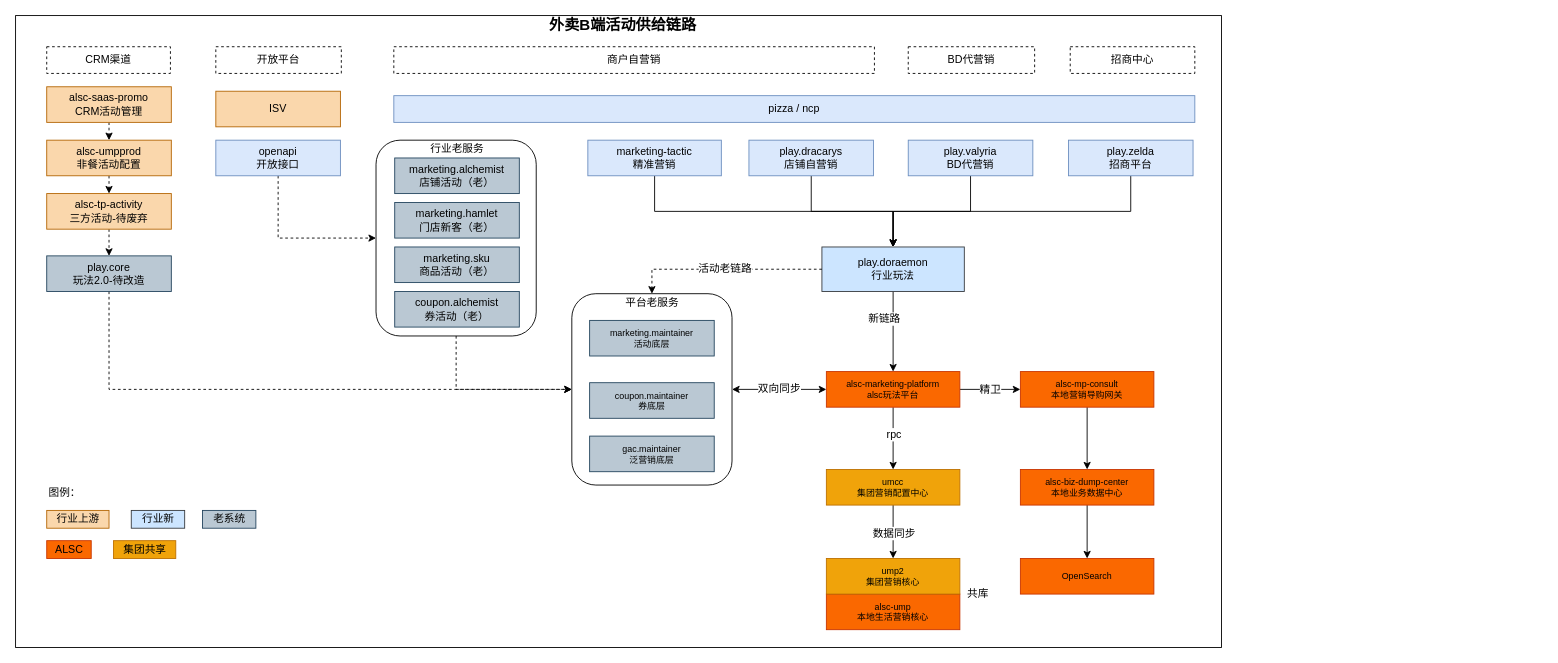
Before: page "B端活动供给链路" (1 of 7) of 营销业务梳理.drawio in jon-kong/draw.io, a draw.io diagram. Source tidied: cells renumbered, new cells numbered last; positions are measured from the earlier drawing's top-left corner, leaving out a move shared by most shapes. Both pictures are drawn from the tidied source at 89%, with x=0, y=0 at pixel (15, 15).
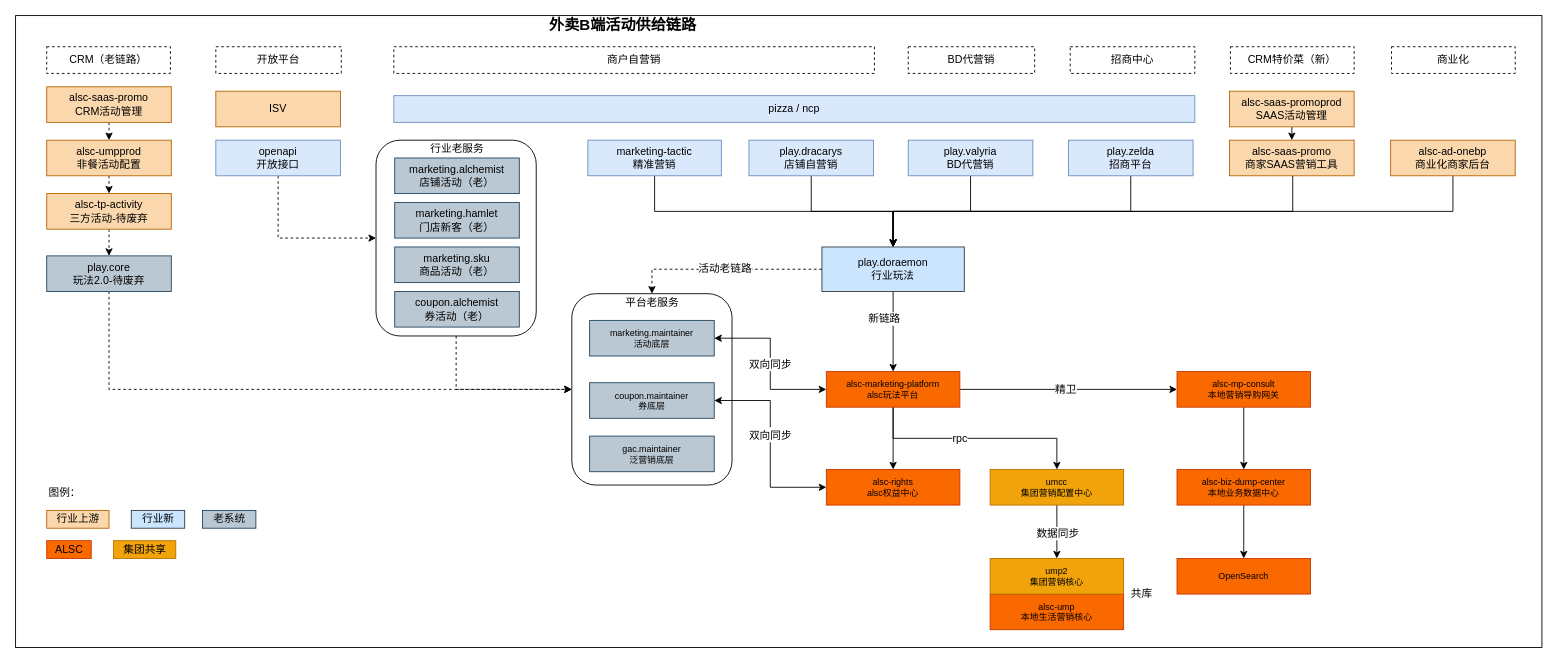
The same page after the edit.

Commit message:
Update 营销业务梳理.drawio

Unchanged cells that the change refers to:
```xml
<mxCell id="5" style="rounded=1;whiteSpace=wrap;html=1;labelBackgroundColor=none;fontSize=12;fillColor=none;" parent="1" vertex="1">
  <mxGeometry x="625" y="312.5" width="180" height="215" as="geometry" />
</mxCell>
<mxCell id="10" value="play.doraemon&lt;br&gt;行业玩法" style="rounded=0;whiteSpace=wrap;html=1;fillColor=#cce5ff;strokeColor=#36393d;" parent="1" vertex="1">
  <mxGeometry x="906" y="260" width="160" height="50" as="geometry" />
</mxCell>
<mxCell id="11" value="marketing.maintainer&lt;br&gt;活动底层" style="rounded=0;fontSize=10;labelBackgroundColor=none;html=1;whiteSpace=wrap;fillColor=#bac8d3;strokeColor=#23445d;" parent="1" vertex="1">
  <mxGeometry x="645" y="342.5" width="140" height="40" as="geometry" />
</mxCell>
<mxCell id="17" value="alsc-marketing-platform&lt;br&gt;alsc玩法平台" style="rounded=0;fontSize=10;labelBackgroundColor=none;html=1;whiteSpace=wrap;fillColor=#fa6800;strokeColor=#C73500;fontColor=#000000;" parent="1" vertex="1">
  <mxGeometry x="911" y="400" width="150" height="40" as="geometry" />
</mxCell>
<mxCell id="61" value="coupon.maintainer&lt;br&gt;券底层" style="rounded=0;fontSize=10;labelBackgroundColor=none;html=1;whiteSpace=wrap;fillColor=#bac8d3;strokeColor=#23445d;" parent="1" vertex="1">
  <mxGeometry x="645" y="412.5" width="140" height="40" as="geometry" />
</mxCell>
```

Change to the diagram source:
```diff
@@
     <mxCell id="2" style="rounded=0;whiteSpace=wrap;html=1;labelBackgroundColor=none;fontSize=12;" parent="1" vertex="1">
-      <mxGeometry width="1355" height="710" as="geometry" />
+      <mxGeometry width="1715" height="710" as="geometry" />
     </mxCell>
@@
+    <mxCell id="68" style="edgeStyle=orthogonalEdgeStyle;rounded=0;jettySize=auto;html=1;exitX=0.5;exitY=1;exitDx=0;exitDy=0;entryX=0.5;entryY=0;entryDx=0;entryDy=0;fontSize=14;startArrow=none;startFill=0;endArrow=classic;endFill=1;" parent="1" edge="1" source="17" target="79">
+      <mxGeometry relative="1" as="geometry" />
+    </mxCell>
@@
-    <mxCell id="18" value="双向同步" style="endArrow=classic;startArrow=classic;html=1;rounded=0;fontSize=12;entryX=0;entryY=0.5;entryDx=0;entryDy=0;exitX=1;exitY=0.5;exitDx=0;exitDy=0;" parent="1" edge="1" source="5" target="17">
+    <mxCell id="18" value="双向同步" style="endArrow=classic;startArrow=classic;html=1;rounded=0;fontSize=12;entryX=0;entryY=0.5;entryDx=0;entryDy=0;exitX=1;exitY=0.5;exitDx=0;exitDy=0;edgeStyle=orthogonalEdgeStyle;" parent="1" edge="1" source="11" target="17">
       <mxGeometry relative="1" as="geometry" />
     </mxCell>
@@
     <mxCell id="21" value="umcc&lt;br&gt;集团营销配置中心" style="rounded=0;fontSize=10;labelBackgroundColor=none;html=1;whiteSpace=wrap;fillColor=#f0a30a;fontColor=#000000;strokeColor=#BD7000;" parent="1" vertex="1">
-      <mxGeometry x="911" y="510" width="150" height="40" as="geometry" />
+      <mxGeometry x="1095" y="510" width="150" height="40" as="geometry" />
     </mxCell>
@@
     <mxCell id="23" value="alsc-mp-consult&lt;br&gt;本地营销导购网关" style="rounded=0;fontSize=10;labelBackgroundColor=none;html=1;whiteSpace=wrap;fillColor=#fa6800;fontColor=#000000;strokeColor=#C73500;" parent="1" vertex="1">
-      <mxGeometry x="1129" y="400" width="150" height="40" as="geometry" />
+      <mxGeometry x="1305" y="400" width="150" height="40" as="geometry" />
     </mxCell>
@@
     <mxCell id="25" value="alsc-biz-dump-center&lt;br&gt;本地业务数据中心" style="rounded=0;fontSize=10;labelBackgroundColor=none;html=1;whiteSpace=wrap;fillColor=#fa6800;fontColor=#000000;strokeColor=#C73500;" parent="1" vertex="1">
-      <mxGeometry x="1129" y="510" width="150" height="40" as="geometry" />
+      <mxGeometry x="1305" y="510" width="150" height="40" as="geometry" />
     </mxCell>
     <mxCell id="26" value="OpenSearch" style="rounded=0;fontSize=10;labelBackgroundColor=none;html=1;whiteSpace=wrap;fillColor=#fa6800;fontColor=#000000;strokeColor=#C73500;" parent="1" vertex="1">
-      <mxGeometry x="1129" y="610" width="150" height="40" as="geometry" />
+      <mxGeometry x="1305" y="610" width="150" height="40" as="geometry" />
     </mxCell>
     <mxCell id="27" value="alsc-ump&lt;br&gt;本地生活营销核心" style="rounded=0;fontSize=10;labelBackgroundColor=none;html=1;whiteSpace=wrap;fillColor=#fa6800;fontColor=#000000;strokeColor=#C73500;" parent="1" vertex="1">
-      <mxGeometry x="911" y="650" width="150" height="40" as="geometry" />
+      <mxGeometry x="1095" y="650" width="150" height="40" as="geometry" />
     </mxCell>
     <mxCell id="28" value="ump2&lt;br&gt;集团营销核心" style="rounded=0;fontSize=10;labelBackgroundColor=none;html=1;whiteSpace=wrap;fillColor=#f0a30a;fontColor=#000000;strokeColor=#BD7000;" parent="1" vertex="1">
-      <mxGeometry x="911" y="610" width="150" height="40" as="geometry" />
+      <mxGeometry x="1095" y="610" width="150" height="40" as="geometry" />
     </mxCell>
     <mxCell id="29" value="共库" style="text;html=1;align=center;verticalAlign=middle;strokeColor=none;fillColor=none;fontSize=12;" parent="1" vertex="1">
-      <mxGeometry x="1061" y="640" width="40" height="20" as="geometry" />
+      <mxGeometry x="1245" y="640" width="40" height="20" as="geometry" />
     </mxCell>
@@
-    <mxCell id="41" value="CRM渠道" style="rounded=0;whiteSpace=wrap;html=1;dashed=1;labelBackgroundColor=none;fontSize=12;fillColor=none;" parent="1" vertex="1">
+    <mxCell id="41" value="CRM（老链路）" style="rounded=0;whiteSpace=wrap;html=1;dashed=1;labelBackgroundColor=none;fontSize=12;fillColor=none;" parent="1" vertex="1">
       <mxGeometry x="35" y="35" width="139" height="30" as="geometry" />
     </mxCell>
@@
-    <mxCell id="50" value="play.core&lt;br&gt;玩法2.0-待改造" style="rounded=0;whiteSpace=wrap;html=1;fillColor=#bac8d3;strokeColor=#23445d;" parent="1" vertex="1">
+    <mxCell id="50" value="play.core&lt;br&gt;玩法2.0-待废弃" style="rounded=0;whiteSpace=wrap;html=1;fillColor=#bac8d3;strokeColor=#23445d;" parent="1" vertex="1">
       <mxGeometry x="35" y="270" width="140" height="40" as="geometry" />
     </mxCell>
@@
+    <mxCell id="69" value="CRM特价菜（新）" style="rounded=0;whiteSpace=wrap;html=1;dashed=1;labelBackgroundColor=none;fontSize=12;fillColor=none;" parent="1" vertex="1">
+      <mxGeometry x="1365" y="35" width="139" height="30" as="geometry" />
+    </mxCell>
+    <mxCell id="70" style="edgeStyle=orthogonalEdgeStyle;rounded=0;jettySize=auto;html=1;exitX=0.5;exitY=1;exitDx=0;exitDy=0;entryX=0.5;entryY=0;entryDx=0;entryDy=0;fontSize=14;endArrow=none;endFill=0;" parent="1" edge="1" source="71" target="10">
+      <mxGeometry relative="1" as="geometry">
+        <Array as="points">
+          <mxPoint x="1435" y="220" />
+          <mxPoint x="986" y="220" />
+        </Array>
+      </mxGeometry>
+    </mxCell>
+    <mxCell id="71" value="alsc-saas-promo&lt;br&gt;商家SAAS营销工具" style="rounded=0;whiteSpace=wrap;html=1;fillColor=#fad7ac;strokeColor=#b46504;" parent="1" vertex="1">
+      <mxGeometry x="1364" y="140" width="140" height="40" as="geometry" />
+    </mxCell>
+    <mxCell id="72" style="edgeStyle=orthogonalEdgeStyle;rounded=0;jettySize=auto;html=1;exitX=0.5;exitY=1;exitDx=0;exitDy=0;entryX=0.5;entryY=0;entryDx=0;entryDy=0;fontSize=14;endArrow=classic;endFill=1;" parent="1" edge="1" source="73" target="71">
+      <mxGeometry relative="1" as="geometry" />
+    </mxCell>
+    <mxCell id="73" value="alsc-saas-promoprod&lt;br&gt;SAAS活动管理" style="rounded=0;whiteSpace=wrap;html=1;fillColor=#fad7ac;strokeColor=#b46504;" parent="1" vertex="1">
+      <mxGeometry x="1364" y="85" width="140" height="40" as="geometry" />
+    </mxCell>
+    <mxCell id="74" value="商业化" style="rounded=0;whiteSpace=wrap;html=1;dashed=1;labelBackgroundColor=none;fontSize=12;fillColor=none;" parent="1" vertex="1">
+      <mxGeometry x="1546" y="35" width="139" height="30" as="geometry" />
+    </mxCell>
+    <mxCell id="75" style="edgeStyle=orthogonalEdgeStyle;rounded=0;jettySize=auto;html=1;exitX=0.5;exitY=1;exitDx=0;exitDy=0;entryX=0.5;entryY=0;entryDx=0;entryDy=0;fontSize=14;startArrow=none;startFill=0;endArrow=classic;endFill=1;" parent="1" edge="1" source="76" target="10">
+      <mxGeometry relative="1" as="geometry" />
+    </mxCell>
+    <mxCell id="76" value="alsc-ad-onebp&lt;br&gt;商业化商家后台" style="rounded=0;whiteSpace=wrap;html=1;fillColor=#fad7ac;strokeColor=#b46504;" parent="1" vertex="1">
+      <mxGeometry x="1545" y="140" width="140" height="40" as="geometry" />
+    </mxCell>
+    <mxCell id="77" style="edgeStyle=orthogonalEdgeStyle;rounded=0;jettySize=auto;html=1;exitX=0;exitY=0.5;exitDx=0;exitDy=0;entryX=1;entryY=0.5;entryDx=0;entryDy=0;fontSize=14;startArrow=classic;startFill=1;endArrow=classic;endFill=1;" parent="1" edge="1" source="79" target="61">
+      <mxGeometry relative="1" as="geometry" />
+    </mxCell>
+    <mxCell id="78" value="&lt;span style=&quot;font-size: 12px;&quot;&gt;双向同步&lt;/span&gt;" style="edgeLabel;html=1;align=center;verticalAlign=middle;fontSize=14;" parent="77" vertex="1">
+      <mxGeometry x="0.05" y="1" relative="1" as="geometry">
+        <mxPoint y="-6" as="offset" />
+      </mxGeometry>
+    </mxCell>
+    <mxCell id="79" value="alsc-rights&lt;br&gt;alsc权益中心" style="rounded=0;fontSize=10;labelBackgroundColor=none;html=1;whiteSpace=wrap;fillColor=#fa6800;strokeColor=#C73500;fontColor=#000000;" parent="1" vertex="1">
+      <mxGeometry x="911" y="510" width="150" height="40" as="geometry" />
+    </mxCell>
```
